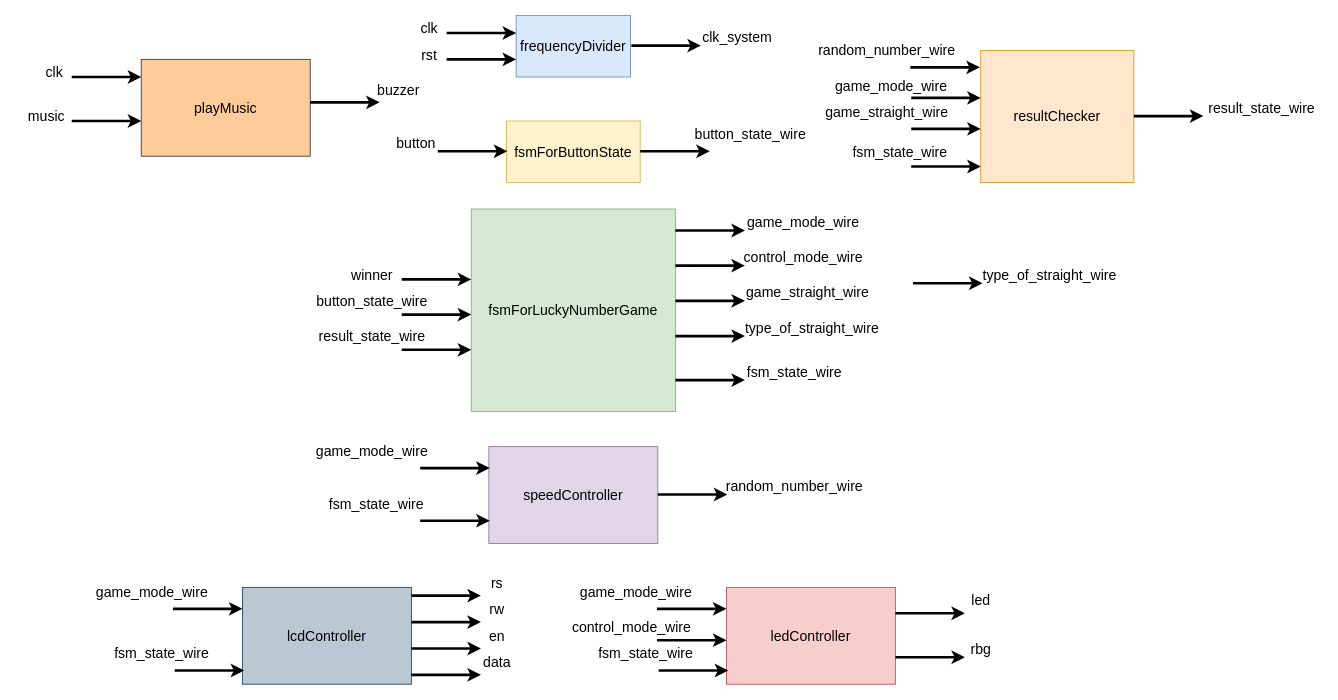
The draw.io diagram Document/circuit_structure.drawio in nguyenthinhthanh/Lucky_Number_Game, before the edit. Source tidied: cells renumbered, new cells numbered last; positions are measured from the earlier drawing's top-left corner, leaving out a move shared by most shapes. Both pictures are drawn from the tidied source at 88%, with x=0, y=0 at pixel (15, 15).
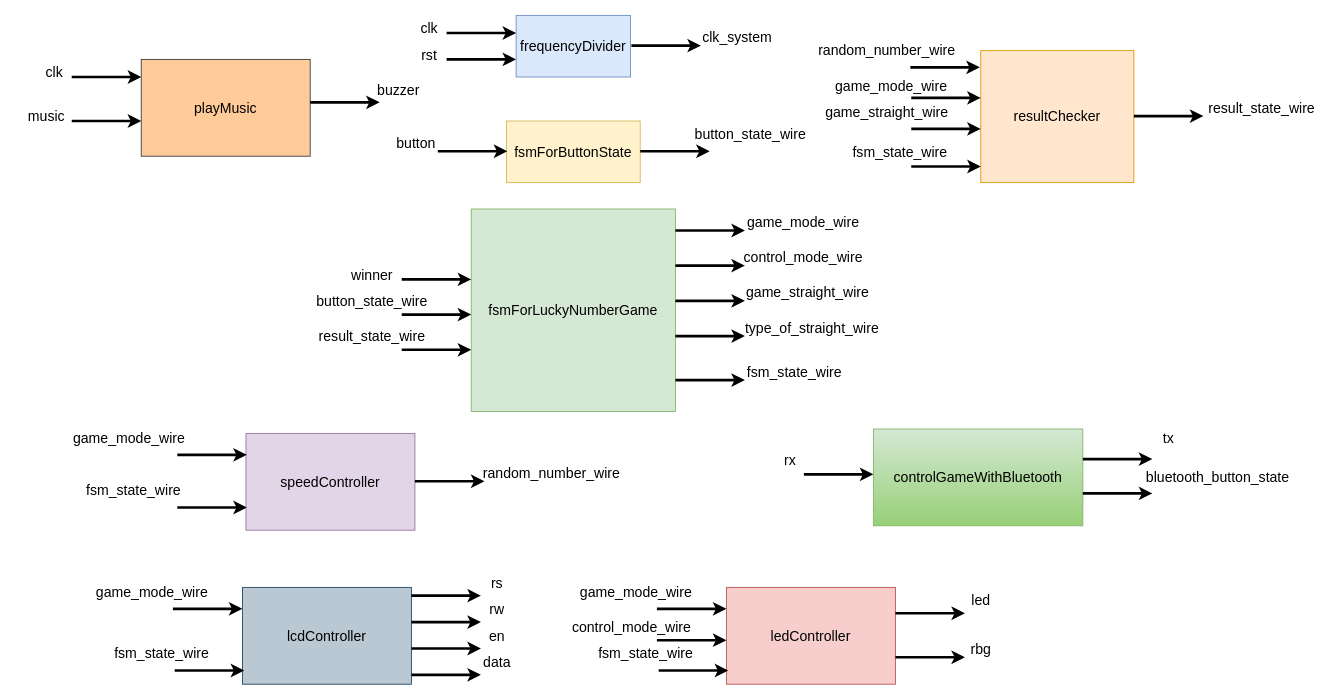
The same diagram, later.

Commit message (it also covers changes not shown here):
Update document for uart

What changed in the source:
```diff
@@
     <mxCell id="6" value="&lt;font style=&quot;font-size: 16px;&quot;&gt;speedController&lt;/font&gt;" style="rounded=0;whiteSpace=wrap;html=1;fillColor=#e1d5e7;strokeColor=#9673a6;" parent="1" vertex="1">
-      <mxGeometry x="538" y="490" width="192" height="110" as="geometry" />
+      <mxGeometry x="262" y="475" width="192" height="110" as="geometry" />
     </mxCell>
@@
     <mxCell id="36" style="endArrow=classic;html=1;rounded=0;strokeWidth=3;" parent="1" edge="1">
       <mxGeometry relative="1" as="geometry">
-        <mxPoint x="730" y="544.4" as="sourcePoint" />
-        <mxPoint x="809" y="544.4" as="targetPoint" />
+        <mxPoint x="454" y="529.4" as="sourcePoint" />
+        <mxPoint x="533" y="529.4" as="targetPoint" />
       </mxGeometry>
     </mxCell>
     <mxCell id="37" value="&lt;span style=&quot;font-size: 16px;&quot;&gt;random_number_wire&lt;/span&gt;" style="text;html=1;align=center;verticalAlign=middle;strokeColor=none;fillColor=none;" parent="1" vertex="1">
-      <mxGeometry x="795" y="520" width="180" height="30" as="geometry" />
+      <mxGeometry x="519" y="505" width="180" height="30" as="geometry" />
     </mxCell>
     <mxCell id="38" style="endArrow=classic;html=1;rounded=0;strokeWidth=3;" parent="1" edge="1">
       <mxGeometry relative="1" as="geometry">
-        <mxPoint x="460" y="574.2" as="sourcePoint" />
-        <mxPoint x="539" y="574.2" as="targetPoint" />
+        <mxPoint x="184" y="559.2" as="sourcePoint" />
+        <mxPoint x="263" y="559.2" as="targetPoint" />
       </mxGeometry>
     </mxCell>
     <mxCell id="39" value="&lt;span style=&quot;font-size: 16px;&quot;&gt;fsm_state_wire&lt;/span&gt;" style="text;html=1;align=center;verticalAlign=middle;strokeColor=none;fillColor=none;" parent="1" vertex="1">
-      <mxGeometry x="345" y="540" width="130" height="30" as="geometry" />
+      <mxGeometry x="69" y="525" width="130" height="30" as="geometry" />
     </mxCell>
     <mxCell id="40" style="endArrow=classic;html=1;rounded=0;strokeWidth=3;" parent="1" edge="1">
       <mxGeometry relative="1" as="geometry">
-        <mxPoint x="460" y="514.4" as="sourcePoint" />
-        <mxPoint x="539" y="514.4" as="targetPoint" />
+        <mxPoint x="184" y="499.4" as="sourcePoint" />
+        <mxPoint x="263" y="499.4" as="targetPoint" />
       </mxGeometry>
     </mxCell>
     <mxCell id="41" value="&lt;span style=&quot;font-size: 16px;&quot;&gt;game_mode_wire&lt;/span&gt;" style="text;html=1;align=center;verticalAlign=middle;strokeColor=none;fillColor=none;" parent="1" vertex="1">
-      <mxGeometry x="330" y="480" width="150" height="30" as="geometry" />
+      <mxGeometry x="54" y="465" width="150" height="30" as="geometry" />
     </mxCell>
@@
-    <mxCell id="76" style="endArrow=classic;html=1;rounded=0;strokeWidth=3;" parent="1" edge="1">
-      <mxGeometry relative="1" as="geometry">
-        <mxPoint x="1020" y="304.4" as="sourcePoint" />
-        <mxPoint x="1099" y="304.4" as="targetPoint" />
-      </mxGeometry>
-    </mxCell>
-    <mxCell id="77" value="&lt;span style=&quot;font-size: 16px;&quot;&gt;type_of_straight_wire&lt;/span&gt;" style="text;html=1;align=center;verticalAlign=middle;strokeColor=none;fillColor=none;" parent="1" vertex="1">
-      <mxGeometry x="1085" y="280" width="180" height="30" as="geometry" />
-    </mxCell>
@@
+    <mxCell id="82" value="&lt;font style=&quot;font-size: 16px;&quot;&gt;controlGameWithBluetooth&lt;/font&gt;" style="rounded=0;whiteSpace=wrap;html=1;fillColor=#d5e8d4;strokeColor=#82b366;gradientColor=#97d077;" parent="1" vertex="1">
+      <mxGeometry x="975" y="470" width="238" height="110" as="geometry" />
+    </mxCell>
+    <mxCell id="83" style="endArrow=classic;html=1;rounded=0;strokeWidth=3;" parent="1" edge="1">
+      <mxGeometry relative="1" as="geometry">
+        <mxPoint x="896" y="521.5" as="sourcePoint" />
+        <mxPoint x="975" y="521.5" as="targetPoint" />
+      </mxGeometry>
+    </mxCell>
+    <mxCell id="84" value="&lt;span style=&quot;font-size: 16px;&quot;&gt;rx&lt;/span&gt;" style="text;html=1;align=center;verticalAlign=middle;strokeColor=none;fillColor=none;" parent="1" vertex="1">
+      <mxGeometry x="860" y="490" width="40" height="30" as="geometry" />
+    </mxCell>
+    <mxCell id="85" style="endArrow=classic;html=1;rounded=0;strokeWidth=3;" parent="1" edge="1">
+      <mxGeometry relative="1" as="geometry">
+        <mxPoint x="1213" y="504.2" as="sourcePoint" />
+        <mxPoint x="1292" y="504.2" as="targetPoint" />
+      </mxGeometry>
+    </mxCell>
+    <mxCell id="86" value="&lt;span style=&quot;font-size: 16px;&quot;&gt;tx&lt;/span&gt;" style="text;html=1;align=center;verticalAlign=middle;strokeColor=none;fillColor=none;" parent="1" vertex="1">
+      <mxGeometry x="1290" y="465" width="40" height="30" as="geometry" />
+    </mxCell>
+    <mxCell id="87" style="endArrow=classic;html=1;rounded=0;strokeWidth=3;" parent="1" edge="1">
+      <mxGeometry relative="1" as="geometry">
+        <mxPoint x="1213" y="543.2" as="sourcePoint" />
+        <mxPoint x="1292" y="543.2" as="targetPoint" />
+      </mxGeometry>
+    </mxCell>
+    <mxCell id="88" value="&lt;span style=&quot;font-size: 16px;&quot;&gt;bluetooth_button_state&lt;/span&gt;" style="text;html=1;align=center;verticalAlign=middle;strokeColor=none;fillColor=none;" parent="1" vertex="1">
+      <mxGeometry x="1271" y="510" width="190" height="30" as="geometry" />
+    </mxCell>
```
